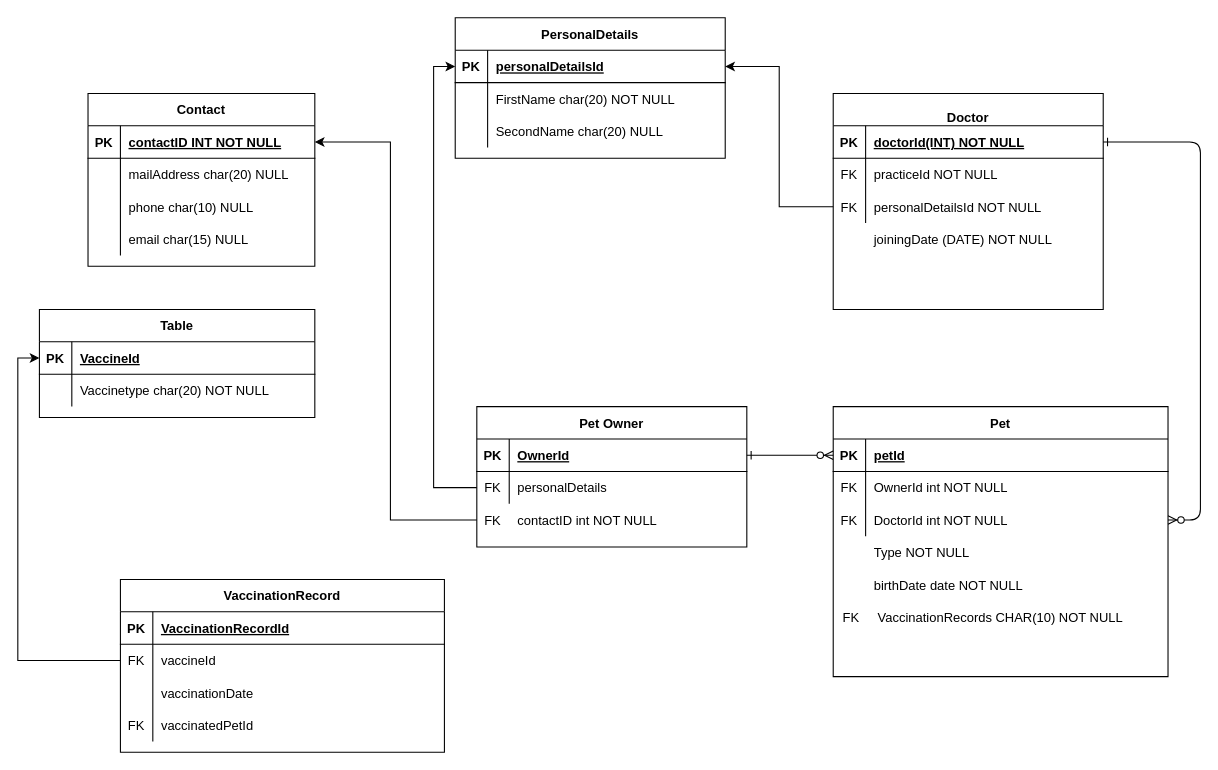
This is Untitled Diagram.drawio from aris2497/Assigment3, a draw.io file, before an edit. Source tidied: cells renumbered, new cells numbered last; positions are measured from the earlier drawing's top-left corner, leaving out a move shared by most shapes. Both pictures are drawn from the tidied source at 108%, with x=0, y=0 at pixel (39, 17).
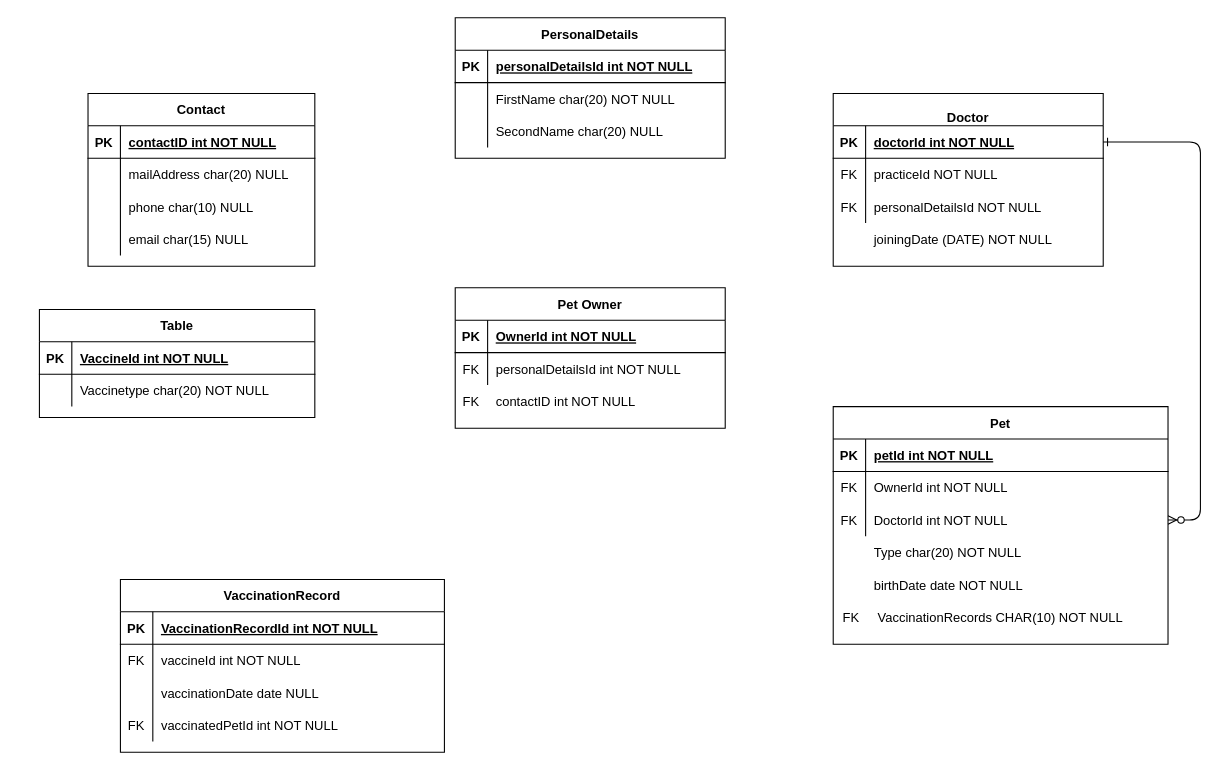
After the change.

The change refers to these unchanged cells:
```xml
<mxCell id="4" style="shape=partialRectangle;fillColor=none;points=[[0,0.5],[1,0.5]];portConstraint=eastwest;top=0;left=0;right=0;bottom=1;" parent="3" vertex="1">
  <mxGeometry y="30" width="250" height="30" as="geometry" />
</mxCell>
<mxCell id="10" style="shape=partialRectangle;fillColor=none;points=[[0,0.5],[1,0.5]];portConstraint=eastwest;top=0;left=0;right=0;bottom=0;" parent="3" vertex="1">
  <mxGeometry y="90" width="250" height="30" as="geometry" />
</mxCell>
<mxCell id="14" style="shape=partialRectangle;fillColor=none;points=[[0,0.5],[1,0.5]];portConstraint=eastwest;top=0;left=0;right=0;bottom=1;" parent="13" vertex="1">
  <mxGeometry y="30" width="310" height="30" as="geometry" />
</mxCell>
<mxCell id="24" style="shape=partialRectangle;fillColor=none;points=[[0,0.5],[1,0.5]];portConstraint=eastwest;top=0;left=0;right=0;bottom=1;" parent="23" vertex="1">
  <mxGeometry y="30" width="250" height="30" as="geometry" />
</mxCell>
<mxCell id="27" style="shape=partialRectangle;fillColor=none;points=[[0,0.5],[1,0.5]];portConstraint=eastwest;top=0;left=0;right=0;bottom=0;" parent="23" vertex="1">
  <mxGeometry y="60" width="250" height="30" as="geometry" />
</mxCell>
<mxCell id="33" style="shape=partialRectangle;fillColor=none;top=0;left=0;right=0;bottom=0;" parent="1" vertex="1">
  <mxGeometry x="735" y="480" width="250" height="30" as="geometry" />
</mxCell>
<mxCell id="43" style="shape=partialRectangle;fillColor=none;top=0;left=0;bottom=1;right=0;points=[[0,0.5],[1,0.5]];portConstraint=eastwest;" parent="42" vertex="1">
  <mxGeometry y="30" width="210" height="30" as="geometry" />
</mxCell>
<mxCell id="56" style="shape=partialRectangle;fillColor=none;top=0;left=0;bottom=1;right=0;points=[[0,0.5],[1,0.5]];portConstraint=eastwest;" parent="55" vertex="1">
  <mxGeometry y="30" width="250" height="30" as="geometry" />
</mxCell>
<mxCell id="73" style="shape=partialRectangle;fillColor=none;top=0;left=0;bottom=1;right=0;" parent="72" vertex="1">
  <mxGeometry y="30" width="300" height="30" as="geometry" />
</mxCell>
<mxCell id="76" style="shape=partialRectangle;fillColor=none;top=0;left=0;bottom=0;right=0;points=[[0,0.5],[1,0.5]];portConstraint=eastwest;" parent="72" vertex="1">
  <mxGeometry y="60" width="300" height="30" as="geometry" />
</mxCell>
<mxCell id="79" style="shape=partialRectangle;fillColor=none;top=0;left=0;bottom=0;right=0;" parent="72" vertex="1">
  <mxGeometry y="90" width="300" height="30" as="geometry" />
</mxCell>
<mxCell id="82" style="shape=partialRectangle;fillColor=none;top=0;left=0;bottom=0;right=0;" parent="72" vertex="1">
  <mxGeometry y="120" width="300" height="30" as="geometry" />
</mxCell>
<mxCell id="86" style="shape=partialRectangle;fillColor=none;top=0;left=0;bottom=1;right=0;points=[[0,0.5],[1,0.5]];portConstraint=eastwest;" parent="85" vertex="1">
  <mxGeometry y="30" width="255" height="30" as="geometry" />
</mxCell>
```

What changed in the source:
```diff
@@
     <mxCell id="3" value="&#10;Doctor" style="shape=table;startSize=30;childLayout=tableLayout;rowLines=0;fontStyle=1;align=center;" parent="1" vertex="1">
-      <mxGeometry x="735" y="70" width="250" height="200" as="geometry" />
+      <mxGeometry x="735" y="70" width="250" height="160" as="geometry" />
     </mxCell>
@@
-    <mxCell id="6" value="doctorId(INT) NOT NULL" style="shape=partialRectangle;overflow=hidden;fillColor=none;top=0;left=0;bottom=0;right=0;align=left;spacingLeft=6;fontStyle=5;" parent="4" vertex="1">
+    <mxCell id="6" value="doctorId int NOT NULL" style="shape=partialRectangle;overflow=hidden;fillColor=none;top=0;left=0;bottom=0;right=0;align=left;spacingLeft=6;fontStyle=5;" parent="4" vertex="1">
       <mxGeometry x="30" width="220" height="30" as="geometry" />
     </mxCell>
@@
     <mxCell id="13" value="Pet" style="shape=table;startSize=30;childLayout=tableLayout;rowLines=0;fontStyle=1;align=center;" parent="1" vertex="1">
-      <mxGeometry x="735" y="360" width="310" height="250" as="geometry" />
+      <mxGeometry x="735" y="360" width="310" height="220" as="geometry" />
     </mxCell>
@@
-    <mxCell id="16" value="petId" style="shape=partialRectangle;overflow=hidden;fillColor=none;top=0;left=0;bottom=0;right=0;align=left;spacingLeft=6;fontStyle=5;" parent="14" vertex="1">
+    <mxCell id="16" value="petId int NOT NULL" style="shape=partialRectangle;overflow=hidden;fillColor=none;top=0;left=0;bottom=0;right=0;align=left;spacingLeft=6;fontStyle=5;" parent="14" vertex="1">
       <mxGeometry x="30" width="280" height="30" as="geometry" />
     </mxCell>
@@
     <mxCell id="23" value="Pet Owner" style="shape=table;startSize=30;childLayout=tableLayout;rowLines=0;fontStyle=1;align=center;" parent="1" vertex="1">
-      <mxGeometry x="405" y="360" width="250" height="130" as="geometry" />
+      <mxGeometry x="385" y="250" width="250" height="130" as="geometry" />
     </mxCell>
@@
-    <mxCell id="26" value="OwnerId" style="shape=partialRectangle;overflow=hidden;fillColor=none;top=0;left=0;bottom=0;right=0;align=left;spacingLeft=6;fontStyle=5;" parent="24" vertex="1">
+    <mxCell id="26" value="OwnerId int NOT NULL" style="shape=partialRectangle;overflow=hidden;fillColor=none;top=0;left=0;bottom=0;right=0;align=left;spacingLeft=6;fontStyle=5;" parent="24" vertex="1">
       <mxGeometry x="30" width="220" height="30" as="geometry" />
     </mxCell>
@@
-    <mxCell id="29" value="personalDetails" style="shape=partialRectangle;overflow=hidden;fillColor=none;top=0;left=0;bottom=0;right=0;align=left;spacingLeft=6;" parent="27" vertex="1">
+    <mxCell id="29" value="personalDetailsId int NOT NULL" style="shape=partialRectangle;overflow=hidden;fillColor=none;top=0;left=0;bottom=0;right=0;align=left;spacingLeft=6;" parent="27" vertex="1">
       <mxGeometry x="30" width="220" height="30" as="geometry" />
     </mxCell>
-    <mxCell id="30" style="shape=partialRectangle;overflow=hidden;fillColor=none;top=0;left=0;bottom=0;right=0;align=left;spacingLeft=6;" parent="1" vertex="1">
-      <mxGeometry x="765" y="220" width="220" height="30" as="geometry" />
-    </mxCell>
@@
-    <mxCell id="32" style="edgeStyle=entityRelationEdgeStyle;endArrow=ERzeroToMany;startArrow=ERone;endFill=1;startFill=0;exitX=1;exitY=0.5;exitDx=0;exitDy=0;entryX=0;entryY=0.5;entryDx=0;entryDy=0;" parent="1" edge="1" source="24" target="14">
-      <mxGeometry relative="1" as="geometry" />
-    </mxCell>
@@
-    <mxCell id="35" value="Type NOT NULL" style="shape=partialRectangle;overflow=hidden;fillColor=none;top=0;left=0;bottom=0;right=0;align=left;spacingLeft=6;" parent="33" vertex="1">
+    <mxCell id="35" value="Type char(20) NOT NULL" style="shape=partialRectangle;overflow=hidden;fillColor=none;top=0;left=0;bottom=0;right=0;align=left;spacingLeft=6;" parent="33" vertex="1">
       <mxGeometry x="30" width="220" height="30" as="geometry" />
     </mxCell>
@@
-    <mxCell id="45" value="contactID INT NOT NULL" style="shape=partialRectangle;fillColor=none;top=0;left=0;bottom=0;right=0;align=left;spacingLeft=6;fontStyle=5;overflow=hidden;" parent="43" vertex="1">
+    <mxCell id="45" value="contactID int NOT NULL" style="shape=partialRectangle;fillColor=none;top=0;left=0;bottom=0;right=0;align=left;spacingLeft=6;fontStyle=5;overflow=hidden;" parent="43" vertex="1">
       <mxGeometry x="30" width="180" height="30" as="geometry" />
     </mxCell>
@@
-    <mxCell id="58" value="personalDetailsId" style="shape=partialRectangle;fillColor=none;top=0;left=0;bottom=0;right=0;align=left;spacingLeft=6;fontStyle=5;overflow=hidden;" parent="56" vertex="1">
+    <mxCell id="58" value="personalDetailsId int NOT NULL" style="shape=partialRectangle;fillColor=none;top=0;left=0;bottom=0;right=0;align=left;spacingLeft=6;fontStyle=5;overflow=hidden;" parent="56" vertex="1">
       <mxGeometry x="30" width="220" height="30" as="geometry" />
     </mxCell>
@@
-    <mxCell id="65" style="edgeStyle=orthogonalEdgeStyle;rounded=0;jettySize=auto;html=1;entryX=1;entryY=0.5;entryDx=0;entryDy=0;" parent="1" edge="1" source="66" target="43">
-      <mxGeometry relative="1" as="geometry">
-        <Array as="points">
-          <mxPoint x="325" y="465" />
-          <mxPoint x="325" y="115" />
-        </Array>
-      </mxGeometry>
-    </mxCell>
     <mxCell id="66" style="shape=partialRectangle;fillColor=none;points=[[0,0.5],[1,0.5]];portConstraint=eastwest;top=0;left=0;right=0;bottom=0;" parent="1" vertex="1">
-      <mxGeometry x="405" y="450" width="250" height="30" as="geometry" />
+      <mxGeometry x="385" y="340" width="250" height="30" as="geometry" />
     </mxCell>
@@
-    <mxCell id="69" style="edgeStyle=orthogonalEdgeStyle;rounded=0;jettySize=auto;html=1;entryX=0;entryY=0.5;entryDx=0;entryDy=0;" parent="1" edge="1" source="27" target="56">
-      <mxGeometry relative="1" as="geometry" />
-    </mxCell>
-    <mxCell id="70" style="edgeStyle=orthogonalEdgeStyle;rounded=0;jettySize=auto;html=1;entryX=1;entryY=0.5;entryDx=0;entryDy=0;" parent="1" edge="1" source="10" target="56">
-      <mxGeometry relative="1" as="geometry" />
-    </mxCell>
-    <mxCell id="71" style="edgeStyle=orthogonalEdgeStyle;rounded=0;jettySize=auto;html=1;entryX=0;entryY=0.5;entryDx=0;entryDy=0;exitX=0;exitY=0.5;exitDx=0;exitDy=0;" parent="1" edge="1" source="76" target="86">
-      <mxGeometry relative="1" as="geometry" />
-    </mxCell>
@@
-    <mxCell id="75" value="VaccinationRecordId" style="shape=partialRectangle;fillColor=none;top=0;left=0;bottom=0;right=0;align=left;spacingLeft=6;fontStyle=5;overflow=hidden;" parent="73" vertex="1">
+    <mxCell id="75" value="VaccinationRecordId int NOT NULL" style="shape=partialRectangle;fillColor=none;top=0;left=0;bottom=0;right=0;align=left;spacingLeft=6;fontStyle=5;overflow=hidden;" parent="73" vertex="1">
       <mxGeometry x="30" width="270" height="30" as="geometry" />
     </mxCell>
@@
-    <mxCell id="78" value="vaccineId" style="shape=partialRectangle;fillColor=none;top=0;left=0;bottom=0;right=0;align=left;spacingLeft=6;overflow=hidden;" parent="76" vertex="1">
+    <mxCell id="78" value="vaccineId int NOT NULL" style="shape=partialRectangle;fillColor=none;top=0;left=0;bottom=0;right=0;align=left;spacingLeft=6;overflow=hidden;" parent="76" vertex="1">
       <mxGeometry x="30" width="270" height="30" as="geometry" />
     </mxCell>
@@
-    <mxCell id="81" value="vaccinationDate" style="shape=partialRectangle;fillColor=none;top=0;left=0;bottom=0;right=0;align=left;spacingLeft=6;overflow=hidden;" parent="79" vertex="1">
+    <mxCell id="81" value="vaccinationDate date NULL" style="shape=partialRectangle;fillColor=none;top=0;left=0;bottom=0;right=0;align=left;spacingLeft=6;overflow=hidden;" parent="79" vertex="1">
       <mxGeometry x="30" width="270" height="30" as="geometry" />
     </mxCell>
@@
-    <mxCell id="84" value="vaccinatedPetId" style="shape=partialRectangle;fillColor=none;top=0;left=0;bottom=0;right=0;align=left;spacingLeft=6;overflow=hidden;" parent="82" vertex="1">
+    <mxCell id="84" value="vaccinatedPetId int NOT NULL" style="shape=partialRectangle;fillColor=none;top=0;left=0;bottom=0;right=0;align=left;spacingLeft=6;overflow=hidden;" parent="82" vertex="1">
       <mxGeometry x="30" width="270" height="30" as="geometry" />
     </mxCell>
@@
-    <mxCell id="88" value="VaccineId" style="shape=partialRectangle;fillColor=none;top=0;left=0;bottom=0;right=0;align=left;spacingLeft=6;fontStyle=5;overflow=hidden;" parent="86" vertex="1">
+    <mxCell id="88" value="VaccineId int NOT NULL" style="shape=partialRectangle;fillColor=none;top=0;left=0;bottom=0;right=0;align=left;spacingLeft=6;fontStyle=5;overflow=hidden;" parent="86" vertex="1">
       <mxGeometry x="30" width="225" height="30" as="geometry" />
     </mxCell>
```
